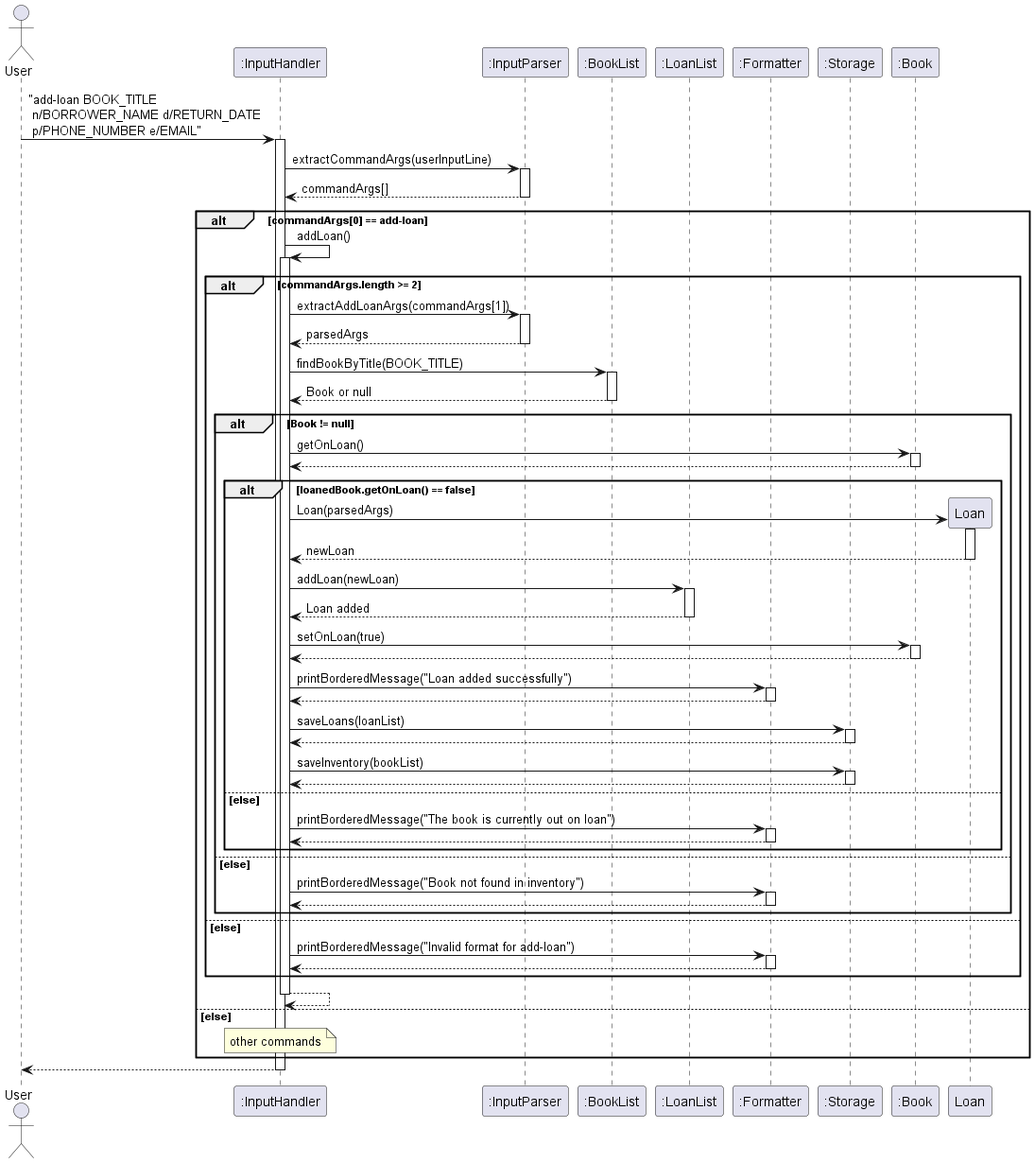
AY2425S2-CS2113-T12-2/tp keeps this PlantUML diagram as docs/images/addLoan.png. Above is the earlier version.
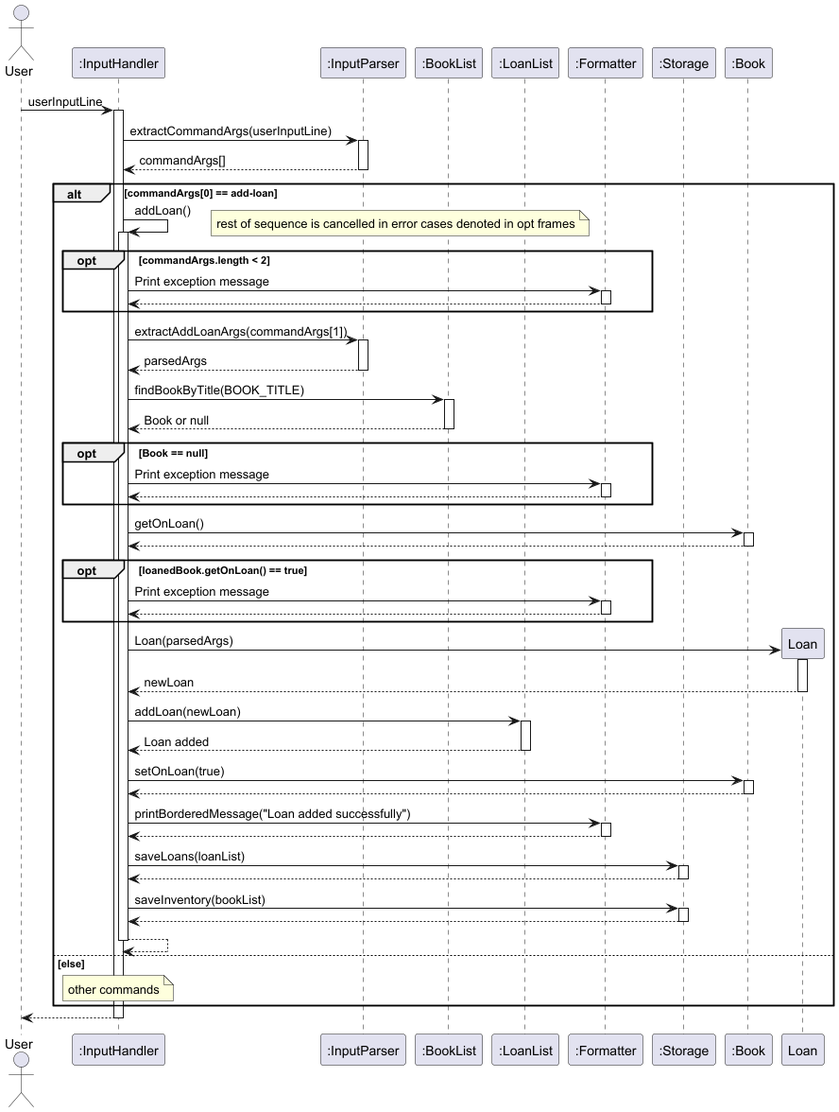
After the commit.

Diff of the diagram source:
```diff
@@ -8,7 +8,7 @@
 participant Storage as ":Storage"
 participant Book as ":Book"
 
-User -> InputHandler: "add-loan BOOK_TITLE \n n/BORROWER_NAME d/RETURN_DATE \n p/PHONE_NUMBER e/EMAIL"
+User -> InputHandler: userInputLine
 activate InputHandler
 
 InputHandler -> InputParser: extractCommandArgs(userInputLine)
@@ -21,7 +21,15 @@
     InputHandler -> InputHandler : addLoan()
     activate InputHandler
 
-alt commandArgs.length >= 2
+opt commandArgs.length < 2
+    note right
+    rest of sequence is cancelled in error cases denoted in opt frames
+    end note
+    InputHandler -> Formatter: Print exception message
+    activate Formatter
+    Formatter --> InputHandler
+    deactivate Formatter
+end
     InputHandler -> InputParser: extractAddLoanArgs(commandArgs[1])
     activate InputParser
 
@@ -34,71 +42,62 @@
     BookList --> InputHandler: Book or null
     deactivate BookList
 
-    alt Book != null
+    opt Book == null
+        InputHandler -> Formatter: Print exception message
+        activate Formatter
+
+        Formatter --> InputHandler
+        deactivate Formatter
+    end
         InputHandler -> Book: getOnLoan()
         activate Book
 
         Book --> InputHandler
         deactivate Book
 
-        alt loanedBook.getOnLoan() == false
-            InputHandler -> Loan ** : Loan(parsedArgs)
-            activate Loan
-
-            Loan --> InputHandler : newLoan
-            deactivate Loan
-
-
-            InputHandler -> LoanList: addLoan(newLoan)
-            activate LoanList
-            LoanList --> InputHandler: Loan added
-            deactivate LoanList
-
-            InputHandler -> Book: setOnLoan(true)
-            activate Book
-
-            Book --> InputHandler
-            deactivate Book
-
-            InputHandler -> Formatter: printBorderedMessage("Loan added successfully")
-            activate Formatter
-
-            Formatter --> InputHandler
-            deactivate Formatter
-
-            InputHandler -> Storage: saveLoans(loanList)
-            activate Storage
-
-            Storage --> InputHandler
-            deactivate Storage
-
-            InputHandler -> Storage: saveInventory(bookList)
-            activate Storage
-
-            Storage --> InputHandler
-            deactivate Storage
-
-        else else
-            InputHandler -> Formatter: printBorderedMessage("The book is currently out on loan")
+        opt loanedBook.getOnLoan() == true
+            InputHandler -> Formatter: Print exception message
             activate Formatter
 
             Formatter --> InputHandler
             deactivate Formatter
         end
-    else else
-        InputHandler -> Formatter: printBorderedMessage("Book not found in inventory")
+
+        InputHandler -> Loan ** : Loan(parsedArgs)
+        activate Loan
+
+        Loan --> InputHandler : newLoan
+        deactivate Loan
+
+
+        InputHandler -> LoanList: addLoan(newLoan)
+        activate LoanList
+        LoanList --> InputHandler: Loan added
+        deactivate LoanList
+
+        InputHandler -> Book: setOnLoan(true)
+        activate Book
+
+        Book --> InputHandler
+        deactivate Book
+
+        InputHandler -> Formatter: printBorderedMessage("Loan added successfully")
         activate Formatter
 
         Formatter --> InputHandler
         deactivate Formatter
-    end
 
-    else else
-        InputHandler -> Formatter: printBorderedMessage("Invalid format for add-loan")
-        activate Formatter
-        Formatter --> InputHandler
-        deactivate Formatter
-    end
+        InputHandler -> Storage: saveLoans(loanList)
+        activate Storage
+
+        Storage --> InputHandler
+        deactivate Storage
+
+        InputHandler -> Storage: saveInventory(bookList)
+        activate Storage
+
+        Storage --> InputHandler
+        deactivate Storage
 
 InputHandler --> InputHandler
 deactivate InputHandler
```
